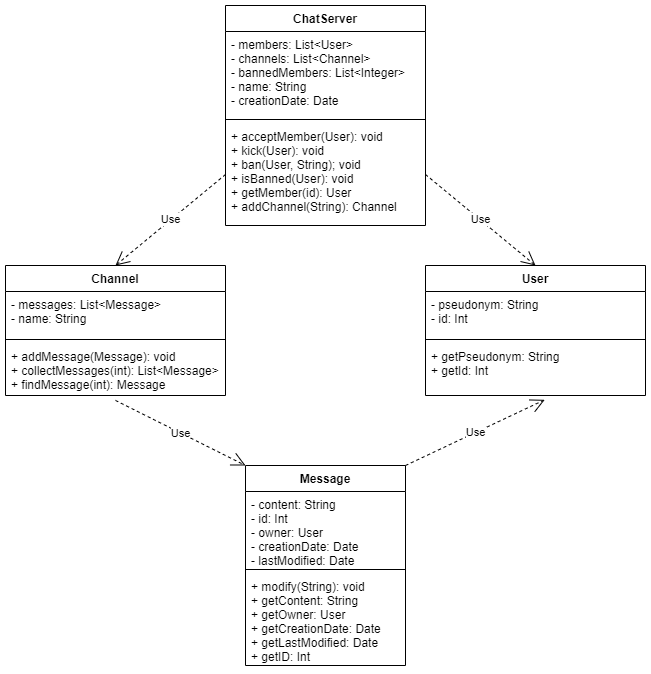
This is Diagrams-Readme/ChattingUML.png from Override-6/Linkit, a draw.io export, as it was before one commit. Source tidied: cells renumbered, new cells last; positions are measured from the earlier drawing's top-left corner, leaving out a move shared by most shapes.
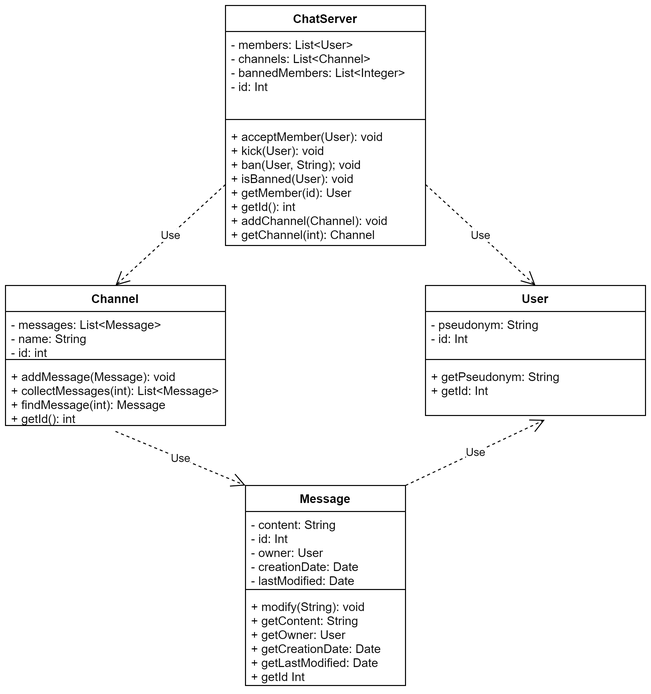
Above is the later version.

Commit message:
ended readme but it is not good

Diff of the diagram source:
```diff
@@ -3,16 +3,16 @@
     <mxCell id="0" />
     <mxCell id="1" parent="0" />
     <mxCell id="2" value="Channel" style="swimlane;fontStyle=1;align=center;verticalAlign=top;horizontal=1;startSize=26;" parent="1" vertex="1">
-      <mxGeometry y="260" width="220" height="130" as="geometry" />
+      <mxGeometry y="260" width="220" height="140" as="geometry" />
     </mxCell>
-    <mxCell id="3" value="- messages: List&lt;Message&gt;&#10;- name: String&#10;" style="text;strokeColor=none;fillColor=none;align=left;verticalAlign=top;spacingLeft=4;spacingRight=4;overflow=hidden;" parent="2" vertex="1">
+    <mxCell id="3" value="- messages: List&lt;Message&gt;&#10;- name: String&#10;- id: int&#10;" style="text;strokeColor=none;fillColor=none;align=left;verticalAlign=top;spacingLeft=4;spacingRight=4;overflow=hidden;" parent="2" vertex="1">
       <mxGeometry y="26" width="220" height="44" as="geometry" />
     </mxCell>
     <mxCell id="4" style="line;strokeWidth=1;fillColor=none;align=left;verticalAlign=middle;spacingTop=-1;spacingLeft=3;spacingRight=3;labelPosition=right;" parent="2" vertex="1">
       <mxGeometry y="70" width="220" height="8" as="geometry" />
     </mxCell>
-    <mxCell id="5" value="+ addMessage(Message): void&#10;+ collectMessages(int): List&lt;Message&gt;&#10;+ findMessage(int): Message" style="text;strokeColor=none;fillColor=none;align=left;verticalAlign=top;spacingLeft=4;spacingRight=4;overflow=hidden;points=[[0,0.5],[1,0.5]];portConstraint=eastwest;" parent="2" vertex="1">
-      <mxGeometry y="78" width="220" height="52" as="geometry" />
+    <mxCell id="5" value="+ addMessage(Message): void&#10;+ collectMessages(int): List&lt;Message&gt;&#10;+ findMessage(int): Message&#10;+ getId(): int" style="text;strokeColor=none;fillColor=none;align=left;verticalAlign=top;spacingLeft=4;spacingRight=4;overflow=hidden;points=[[0,0.5],[1,0.5]];portConstraint=eastwest;" parent="2" vertex="1">
+      <mxGeometry y="78" width="220" height="62" as="geometry" />
     </mxCell>
     <mxCell id="6" value="Message" style="swimlane;fontStyle=1;align=center;verticalAlign=top;horizontal=1;startSize=26;" parent="1" vertex="1">
       <mxGeometry x="240" y="460" width="160" height="200" as="geometry" />
@@ -23,23 +23,23 @@
     <mxCell id="8" style="line;strokeWidth=1;fillColor=none;align=left;verticalAlign=middle;spacingTop=-1;spacingLeft=3;spacingRight=3;labelPosition=right;" parent="6" vertex="1">
       <mxGeometry y="100" width="160" height="8" as="geometry" />
     </mxCell>
-    <mxCell id="9" value="+ modify(String): void&#10;+ getContent: String&#10;+ getOwner: User&#10;+ getCreationDate: Date&#10;+ getLastModified: Date&#10;+ getID: Int" style="text;strokeColor=none;fillColor=none;align=left;verticalAlign=top;spacingLeft=4;spacingRight=4;overflow=hidden;" parent="6" vertex="1">
+    <mxCell id="9" value="+ modify(String): void&#10;+ getContent: String&#10;+ getOwner: User&#10;+ getCreationDate: Date&#10;+ getLastModified: Date&#10;+ getId Int" style="text;strokeColor=none;fillColor=none;align=left;verticalAlign=top;spacingLeft=4;spacingRight=4;overflow=hidden;" parent="6" vertex="1">
       <mxGeometry y="108" width="160" height="92" as="geometry" />
     </mxCell>
     <mxCell id="10" value="Use" style="endArrow=open;endSize=12;dashed=1;html=1;exitX=0.5;exitY=1.095;exitDx=0;exitDy=0;exitPerimeter=0;entryX=0;entryY=0;entryDx=0;entryDy=0;" parent="1" edge="1" source="5" target="6">
       <mxGeometry relative="1" as="geometry" />
     </mxCell>
     <mxCell id="11" value="ChatServer" style="swimlane;fontStyle=1;align=center;verticalAlign=top;horizontal=1;startSize=26;" parent="1" vertex="1">
-      <mxGeometry x="220" width="200" height="220" as="geometry" />
+      <mxGeometry x="220" y="-20" width="200" height="240" as="geometry" />
     </mxCell>
-    <mxCell id="12" value="- members: List&lt;User&gt;&#10;- channels: List&lt;Channel&gt;&#10;- bannedMembers: List&lt;Integer&gt;&#10;- name: String&#10;- creationDate: Date&#10;" style="text;strokeColor=none;fillColor=none;align=left;verticalAlign=top;spacingLeft=4;spacingRight=4;overflow=hidden;" parent="11" vertex="1">
+    <mxCell id="12" value="- members: List&lt;User&gt;&#10;- channels: List&lt;Channel&gt;&#10;- bannedMembers: List&lt;Integer&gt;&#10;- id: Int" style="text;strokeColor=none;fillColor=none;align=left;verticalAlign=top;spacingLeft=4;spacingRight=4;overflow=hidden;" parent="11" vertex="1">
       <mxGeometry y="26" width="200" height="84" as="geometry" />
     </mxCell>
     <mxCell id="13" style="line;strokeWidth=1;fillColor=none;align=left;verticalAlign=middle;spacingTop=-1;spacingLeft=3;spacingRight=3;labelPosition=right;" parent="11" vertex="1">
       <mxGeometry y="110" width="200" height="8" as="geometry" />
     </mxCell>
-    <mxCell id="14" value="+ acceptMember(User): void&#10;+ kick(User): void&#10;+ ban(User, String); void&#10;+ isBanned(User): void&#10;+ getMember(id): User&#10;+ addChannel(String): Channel" style="text;strokeColor=none;fillColor=none;align=left;verticalAlign=top;spacingLeft=4;spacingRight=4;overflow=hidden;points=[[0,0.5],[1,0.5]];portConstraint=eastwest;" parent="11" vertex="1">
-      <mxGeometry y="118" width="200" height="102" as="geometry" />
+    <mxCell id="14" value="+ acceptMember(User): void&#10;+ kick(User): void&#10;+ ban(User, String); void&#10;+ isBanned(User): void&#10;+ getMember(id): User&#10;+ getId(): int&#10;+ addChannel(Channel): void&#10;+ getChannel(int): Channel" style="text;strokeColor=none;fillColor=none;align=left;verticalAlign=top;spacingLeft=4;spacingRight=4;overflow=hidden;points=[[0,0.5],[1,0.5]];portConstraint=eastwest;" parent="11" vertex="1">
+      <mxGeometry y="118" width="200" height="122" as="geometry" />
     </mxCell>
     <mxCell id="15" value="User" style="swimlane;fontStyle=1;align=center;verticalAlign=top;horizontal=1;startSize=26;" parent="1" vertex="1">
       <mxGeometry x="420" y="260" width="220" height="130" as="geometry" />
```
